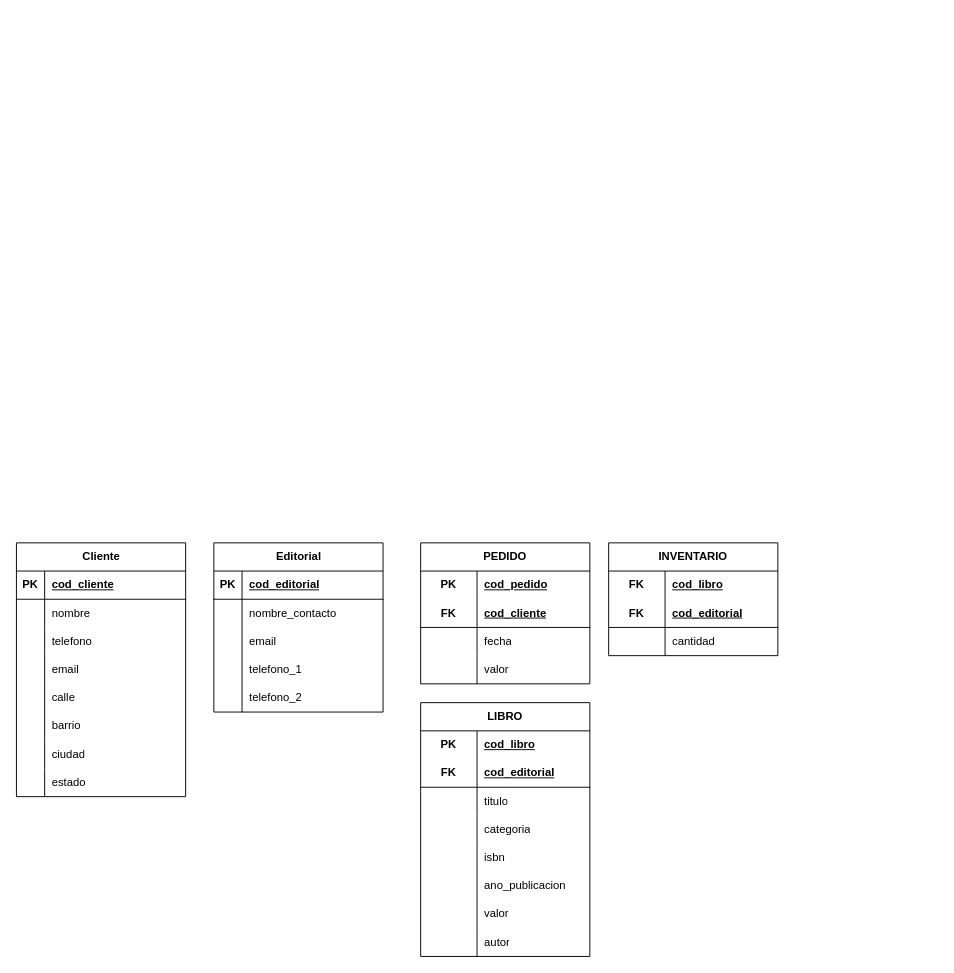
Above: modelo_logico.drawio in smringdesigns/modelo (draw.io), before the change. Source tidied: cells renumbered, new cells numbered last; positions are measured from the earlier drawing's top-left corner, leaving out a move shared by most shapes. Both pictures are drawn from the tidied source at 94%, with x=0, y=0 at pixel (16, 542).
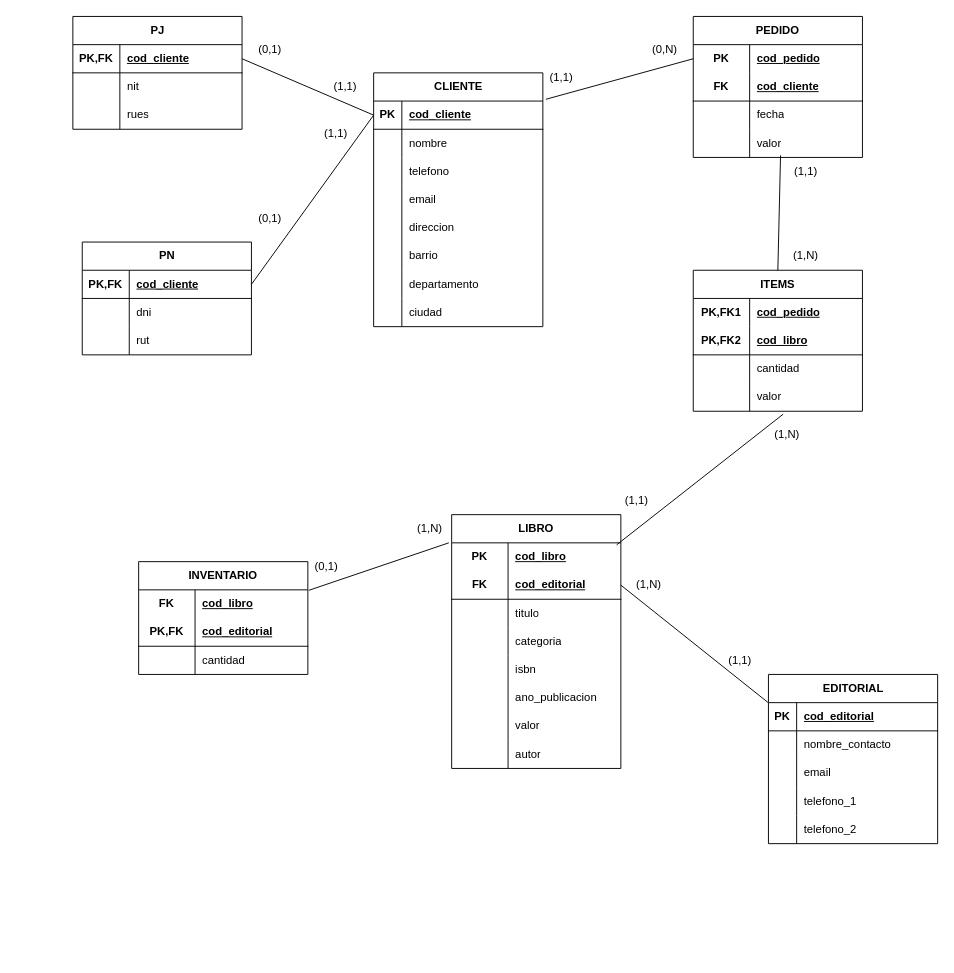
After the change.

The change refers to these unchanged cells:
```xml
<mxCell id="3" style="shape=tableRow;horizontal=0;startSize=0;swimlaneHead=0;swimlaneBody=0;fillColor=none;points=[[0,0.5],[1,0.5]];portConstraint=eastwest;top=0;left=0;right=0;bottom=1;" parent="2" vertex="1">
  <mxGeometry y="30" width="180" height="30" as="geometry" />
</mxCell>
<mxCell id="15" style="shape=tableRow;horizontal=0;startSize=0;swimlaneHead=0;swimlaneBody=0;fillColor=none;top=0;left=0;right=0;bottom=0;" parent="2" vertex="1">
  <mxGeometry y="150" width="180" height="30" as="geometry" />
</mxCell>
<mxCell id="21" style="shape=tableRow;horizontal=0;startSize=0;swimlaneHead=0;swimlaneBody=0;fillColor=none;top=0;left=0;right=0;bottom=0;" parent="2" vertex="1">
  <mxGeometry y="210" width="180" height="30" as="geometry" />
</mxCell>
<mxCell id="24" style="shape=tableRow;horizontal=0;startSize=0;swimlaneHead=0;swimlaneBody=0;fillColor=none;top=0;left=0;right=0;bottom=0;" parent="2" vertex="1">
  <mxGeometry y="240" width="180" height="30" as="geometry" />
</mxCell>
<mxCell id="28" style="shape=tableRow;horizontal=0;startSize=0;swimlaneHead=0;swimlaneBody=0;fillColor=none;points=[[0,0.5],[1,0.5]];portConstraint=eastwest;top=0;left=0;right=0;bottom=1;" parent="27" vertex="1">
  <mxGeometry y="30" width="180" height="30" as="geometry" />
</mxCell>
<mxCell id="44" style="shape=tableRow;horizontal=0;startSize=0;swimlaneHead=0;swimlaneBody=0;fillColor=none;points=[[0,0.5],[1,0.5]];portConstraint=eastwest;top=0;left=0;right=0;bottom=0;html=1;" parent="43" vertex="1">
  <mxGeometry y="30" width="180" height="30" as="geometry" />
</mxCell>
<mxCell id="53" style="shape=tableRow;horizontal=0;startSize=0;swimlaneHead=0;swimlaneBody=0;fillColor=none;points=[[0,0.5],[1,0.5]];portConstraint=eastwest;top=0;left=0;right=0;bottom=0;html=1;" parent="43" vertex="1">
  <mxGeometry y="120" width="180" height="30" as="geometry" />
</mxCell>
<mxCell id="57" style="shape=tableRow;horizontal=0;startSize=0;swimlaneHead=0;swimlaneBody=0;fillColor=none;points=[[0,0.5],[1,0.5]];portConstraint=eastwest;top=0;left=0;right=0;bottom=0;html=1;" parent="56" vertex="1">
  <mxGeometry y="30" width="180" height="30" as="geometry" />
</mxCell>
<mxCell id="60" style="shape=tableRow;horizontal=0;startSize=0;swimlaneHead=0;swimlaneBody=0;fillColor=none;points=[[0,0.5],[1,0.5]];portConstraint=eastwest;top=0;left=0;right=0;bottom=1;html=1;" parent="56" vertex="1">
  <mxGeometry y="60" width="180" height="30" as="geometry" />
</mxCell>
<mxCell id="82" style="shape=tableRow;horizontal=0;startSize=0;swimlaneHead=0;swimlaneBody=0;fillColor=none;points=[[0,0.5],[1,0.5]];portConstraint=eastwest;top=0;left=0;right=0;bottom=0;html=1;" parent="81" vertex="1">
  <mxGeometry y="30" width="180" height="30" as="geometry" />
</mxCell>
<mxCell id="85" style="shape=tableRow;horizontal=0;startSize=0;swimlaneHead=0;swimlaneBody=0;fillColor=none;top=0;left=0;right=0;bottom=1;html=1;" parent="81" vertex="1">
  <mxGeometry y="60" width="180" height="30" as="geometry" />
</mxCell>
```

Change to the diagram source:
```diff
@@
-    <mxCell id="2" value="Cliente" style="shape=table;startSize=30;childLayout=tableLayout;rowLines=0;fontStyle=1;align=center;html=1;" parent="1" vertex="1">
-      <mxGeometry width="180" height="270" as="geometry" />
+    <mxCell id="2" value="CLIENTE" style="shape=table;startSize=30;childLayout=tableLayout;rowLines=0;fontStyle=1;align=center;html=1;" parent="1" vertex="1">
+      <mxGeometry x="380" y="-500" width="180" height="270" as="geometry" />
     </mxCell>
@@
-    <mxCell id="17" value="calle" style="shape=partialRectangle;fillColor=none;top=0;left=0;bottom=0;right=0;align=left;spacingLeft=6;overflow=hidden;whiteSpace=wrap;html=1;" parent="15" vertex="1">
+    <mxCell id="17" value="direccion" style="shape=partialRectangle;fillColor=none;top=0;left=0;bottom=0;right=0;align=left;spacingLeft=6;overflow=hidden;whiteSpace=wrap;html=1;" parent="15" vertex="1">
       <mxGeometry x="30" width="150" height="30" as="geometry" />
     </mxCell>
@@
-    <mxCell id="23" value="ciudad" style="shape=partialRectangle;fillColor=none;top=0;left=0;bottom=0;right=0;align=left;spacingLeft=6;overflow=hidden;whiteSpace=wrap;html=1;" parent="21" vertex="1">
+    <mxCell id="23" value="departamento" style="shape=partialRectangle;fillColor=none;top=0;left=0;bottom=0;right=0;align=left;spacingLeft=6;overflow=hidden;whiteSpace=wrap;html=1;" parent="21" vertex="1">
       <mxGeometry x="30" width="150" height="30" as="geometry" />
     </mxCell>
@@
-    <mxCell id="26" value="estado" style="shape=partialRectangle;fillColor=none;top=0;left=0;bottom=0;right=0;align=left;spacingLeft=6;overflow=hidden;whiteSpace=wrap;html=1;" parent="24" vertex="1">
+    <mxCell id="26" value="ciudad" style="shape=partialRectangle;fillColor=none;top=0;left=0;bottom=0;right=0;align=left;spacingLeft=6;overflow=hidden;whiteSpace=wrap;html=1;" parent="24" vertex="1">
       <mxGeometry x="30" width="150" height="30" as="geometry" />
     </mxCell>
-    <mxCell id="27" value="Editorial" style="shape=table;startSize=30;childLayout=tableLayout;rowLines=0;fontStyle=1;align=center;html=1;" parent="1" vertex="1">
-      <mxGeometry x="210" width="180" height="180" as="geometry" />
+    <mxCell id="27" value="EDITORIAL" style="shape=table;startSize=30;childLayout=tableLayout;rowLines=0;fontStyle=1;align=center;html=1;" parent="1" vertex="1">
+      <mxGeometry x="800" y="140" width="180" height="180" as="geometry" />
     </mxCell>
@@
     <mxCell id="43" value="PEDIDO" style="shape=table;startSize=30;childLayout=tableLayout;rowLines=0;fontStyle=1;align=center;html=1;whiteSpace=wrap;" parent="1" vertex="1">
-      <mxGeometry x="430" width="180" height="150" as="geometry" />
+      <mxGeometry x="720" y="-560" width="180" height="150" as="geometry" />
     </mxCell>
@@
     <mxCell id="56" value="LIBRO" style="shape=table;startSize=30;childLayout=tableLayout;rowLines=0;fontStyle=1;align=center;html=1;whiteSpace=wrap;" parent="1" vertex="1">
-      <mxGeometry x="430" y="170" width="180" height="270" as="geometry" />
+      <mxGeometry x="463" y="-30" width="180" height="270" as="geometry" />
     </mxCell>
@@
     <mxCell id="81" value="INVENTARIO" style="shape=table;startSize=30;childLayout=tableLayout;rowLines=0;fontStyle=1;align=center;html=1;whiteSpace=wrap;" parent="1" vertex="1">
-      <mxGeometry x="630" width="180" height="120" as="geometry" />
+      <mxGeometry x="130" y="20" width="180" height="120" as="geometry" />
     </mxCell>
@@
-    <mxCell id="86" value="FK" style="shape=partialRectangle;fillColor=none;top=0;left=0;bottom=0;right=0;fontStyle=1;overflow=hidden;html=1;whiteSpace=wrap;" parent="85" vertex="1">
+    <mxCell id="86" value="PK,FK" style="shape=partialRectangle;fillColor=none;top=0;left=0;bottom=0;right=0;fontStyle=1;overflow=hidden;html=1;whiteSpace=wrap;" parent="85" vertex="1">
       <mxGeometry width="60" height="30" as="geometry" />
     </mxCell>
@@
+    <mxCell id="91" value="ITEMS" style="shape=table;startSize=30;childLayout=tableLayout;rowLines=0;fontStyle=1;align=center;html=1;whiteSpace=wrap;" parent="1" vertex="1">
+      <mxGeometry x="720" y="-290" width="180" height="150" as="geometry" />
+    </mxCell>
+    <mxCell id="92" style="shape=tableRow;horizontal=0;startSize=0;swimlaneHead=0;swimlaneBody=0;fillColor=none;top=0;left=0;right=0;bottom=0;html=1;" parent="91" vertex="1">
+      <mxGeometry y="30" width="180" height="30" as="geometry" />
+    </mxCell>
+    <mxCell id="93" value="PK,FK1" style="shape=partialRectangle;fillColor=none;top=0;left=0;bottom=0;right=0;fontStyle=1;overflow=hidden;html=1;whiteSpace=wrap;" parent="92" vertex="1">
+      <mxGeometry width="60" height="30" as="geometry" />
+    </mxCell>
+    <mxCell id="94" value="cod_pedido" style="shape=partialRectangle;fillColor=none;top=0;left=0;bottom=0;right=0;align=left;spacingLeft=6;fontStyle=5;overflow=hidden;html=1;whiteSpace=wrap;" parent="92" vertex="1">
+      <mxGeometry x="60" width="120" height="30" as="geometry" />
+    </mxCell>
+    <mxCell id="95" style="shape=tableRow;horizontal=0;startSize=0;swimlaneHead=0;swimlaneBody=0;fillColor=none;top=0;left=0;right=0;bottom=1;html=1;" parent="91" vertex="1">
+      <mxGeometry y="60" width="180" height="30" as="geometry" />
+    </mxCell>
+    <mxCell id="96" value="PK,FK2" style="shape=partialRectangle;fillColor=none;top=0;left=0;bottom=0;right=0;fontStyle=1;overflow=hidden;html=1;whiteSpace=wrap;" parent="95" vertex="1">
+      <mxGeometry width="60" height="30" as="geometry" />
+    </mxCell>
+    <mxCell id="97" value="cod_libro" style="shape=partialRectangle;fillColor=none;top=0;left=0;bottom=0;right=0;align=left;spacingLeft=6;fontStyle=5;overflow=hidden;html=1;whiteSpace=wrap;" parent="95" vertex="1">
+      <mxGeometry x="60" width="120" height="30" as="geometry" />
+    </mxCell>
+    <mxCell id="98" style="shape=tableRow;horizontal=0;startSize=0;swimlaneHead=0;swimlaneBody=0;fillColor=none;top=0;left=0;right=0;bottom=0;html=1;" parent="91" vertex="1">
+      <mxGeometry y="90" width="180" height="30" as="geometry" />
+    </mxCell>
+    <mxCell id="99" style="shape=partialRectangle;fillColor=none;top=0;left=0;bottom=0;right=0;overflow=hidden;html=1;whiteSpace=wrap;" parent="98" vertex="1">
+      <mxGeometry width="60" height="30" as="geometry" />
+    </mxCell>
+    <mxCell id="100" value="cantidad" style="shape=partialRectangle;fillColor=none;top=0;left=0;bottom=0;right=0;align=left;spacingLeft=6;overflow=hidden;html=1;whiteSpace=wrap;" parent="98" vertex="1">
+      <mxGeometry x="60" width="120" height="30" as="geometry" />
+    </mxCell>
+    <mxCell id="101" style="shape=tableRow;horizontal=0;startSize=0;swimlaneHead=0;swimlaneBody=0;fillColor=none;points=[[0,0.5],[1,0.5]];portConstraint=eastwest;top=0;left=0;right=0;bottom=0;html=1;" parent="91" vertex="1">
+      <mxGeometry y="120" width="180" height="30" as="geometry" />
+    </mxCell>
+    <mxCell id="102" style="shape=partialRectangle;fillColor=none;top=0;left=0;bottom=0;right=0;overflow=hidden;html=1;whiteSpace=wrap;" parent="101" vertex="1">
+      <mxGeometry width="60" height="30" as="geometry" />
+    </mxCell>
+    <mxCell id="103" value="valor" style="shape=partialRectangle;fillColor=none;top=0;left=0;bottom=0;right=0;align=left;spacingLeft=6;overflow=hidden;html=1;whiteSpace=wrap;" parent="101" vertex="1">
+      <mxGeometry x="60" width="120" height="30" as="geometry" />
+    </mxCell>
+    <mxCell id="104" value="PN" style="shape=table;startSize=30;childLayout=tableLayout;rowLines=0;fontStyle=1;align=center;html=1;" parent="1" vertex="1">
+      <mxGeometry x="70" y="-320" width="180" height="120" as="geometry" />
+    </mxCell>
+    <mxCell id="105" style="shape=tableRow;horizontal=0;startSize=0;swimlaneHead=0;swimlaneBody=0;fillColor=none;points=[[0,0.5],[1,0.5]];portConstraint=eastwest;top=0;left=0;right=0;bottom=1;" parent="104" vertex="1">
+      <mxGeometry y="30" width="180" height="30" as="geometry" />
+    </mxCell>
+    <mxCell id="106" value="PK,FK" style="shape=partialRectangle;fillColor=none;top=0;left=0;bottom=0;right=0;fontStyle=1;overflow=hidden;whiteSpace=wrap;html=1;" parent="105" vertex="1">
+      <mxGeometry width="50" height="30" as="geometry" />
+    </mxCell>
+    <mxCell id="107" value="cod_cliente" style="shape=partialRectangle;fillColor=none;top=0;left=0;bottom=0;right=0;align=left;spacingLeft=6;fontStyle=5;overflow=hidden;whiteSpace=wrap;html=1;" parent="105" vertex="1">
+      <mxGeometry x="50" width="130" height="30" as="geometry" />
+    </mxCell>
+    <mxCell id="108" style="shape=tableRow;horizontal=0;startSize=0;swimlaneHead=0;swimlaneBody=0;fillColor=none;top=0;left=0;right=0;bottom=0;" parent="104" vertex="1">
+      <mxGeometry y="60" width="180" height="30" as="geometry" />
+    </mxCell>
+    <mxCell id="109" style="shape=partialRectangle;fillColor=none;top=0;left=0;bottom=0;right=0;overflow=hidden;whiteSpace=wrap;html=1;" parent="108" vertex="1">
+      <mxGeometry width="50" height="30" as="geometry" />
+    </mxCell>
+    <mxCell id="110" value="dni" style="shape=partialRectangle;fillColor=none;top=0;left=0;bottom=0;right=0;align=left;spacingLeft=6;overflow=hidden;whiteSpace=wrap;html=1;" parent="108" vertex="1">
+      <mxGeometry x="50" width="130" height="30" as="geometry" />
+    </mxCell>
+    <mxCell id="111" style="shape=tableRow;horizontal=0;startSize=0;swimlaneHead=0;swimlaneBody=0;fillColor=none;top=0;left=0;right=0;bottom=0;" parent="104" vertex="1">
+      <mxGeometry y="90" width="180" height="30" as="geometry" />
+    </mxCell>
+    <mxCell id="112" style="shape=partialRectangle;fillColor=none;top=0;left=0;bottom=0;right=0;overflow=hidden;whiteSpace=wrap;html=1;" parent="111" vertex="1">
+      <mxGeometry width="50" height="30" as="geometry" />
+    </mxCell>
+    <mxCell id="113" value="rut" style="shape=partialRectangle;fillColor=none;top=0;left=0;bottom=0;right=0;align=left;spacingLeft=6;overflow=hidden;whiteSpace=wrap;html=1;" parent="111" vertex="1">
+      <mxGeometry x="50" width="130" height="30" as="geometry" />
+    </mxCell>
+    <mxCell id="114" value="PJ" style="shape=table;startSize=30;childLayout=tableLayout;rowLines=0;fontStyle=1;align=center;html=1;" parent="1" vertex="1">
+      <mxGeometry x="60" y="-560" width="180" height="120" as="geometry" />
+    </mxCell>
+    <mxCell id="115" style="shape=tableRow;horizontal=0;startSize=0;swimlaneHead=0;swimlaneBody=0;fillColor=none;points=[[0,0.5],[1,0.5]];portConstraint=eastwest;top=0;left=0;right=0;bottom=1;" parent="114" vertex="1">
+      <mxGeometry y="30" width="180" height="30" as="geometry" />
+    </mxCell>
+    <mxCell id="116" value="PK,FK" style="shape=partialRectangle;fillColor=none;top=0;left=0;bottom=0;right=0;fontStyle=1;overflow=hidden;whiteSpace=wrap;html=1;" parent="115" vertex="1">
+      <mxGeometry width="50" height="30" as="geometry" />
+    </mxCell>
+    <mxCell id="117" value="cod_cliente" style="shape=partialRectangle;fillColor=none;top=0;left=0;bottom=0;right=0;align=left;spacingLeft=6;fontStyle=5;overflow=hidden;whiteSpace=wrap;html=1;" parent="115" vertex="1">
+      <mxGeometry x="50" width="130" height="30" as="geometry" />
+    </mxCell>
+    <mxCell id="118" style="shape=tableRow;horizontal=0;startSize=0;swimlaneHead=0;swimlaneBody=0;fillColor=none;top=0;left=0;right=0;bottom=0;" parent="114" vertex="1">
+      <mxGeometry y="60" width="180" height="30" as="geometry" />
+    </mxCell>
+    <mxCell id="119" style="shape=partialRectangle;fillColor=none;top=0;left=0;bottom=0;right=0;overflow=hidden;whiteSpace=wrap;html=1;" parent="118" vertex="1">
+      <mxGeometry width="50" height="30" as="geometry" />
+    </mxCell>
+    <mxCell id="120" value="nit" style="shape=partialRectangle;fillColor=none;top=0;left=0;bottom=0;right=0;align=left;spacingLeft=6;overflow=hidden;whiteSpace=wrap;html=1;" parent="118" vertex="1">
+      <mxGeometry x="50" width="130" height="30" as="geometry" />
+    </mxCell>
+    <mxCell id="121" style="shape=tableRow;horizontal=0;startSize=0;swimlaneHead=0;swimlaneBody=0;fillColor=none;top=0;left=0;right=0;bottom=0;" parent="114" vertex="1">
+      <mxGeometry y="90" width="180" height="30" as="geometry" />
+    </mxCell>
+    <mxCell id="122" style="shape=partialRectangle;fillColor=none;top=0;left=0;bottom=0;right=0;overflow=hidden;whiteSpace=wrap;html=1;" parent="121" vertex="1">
+      <mxGeometry width="50" height="30" as="geometry" />
+    </mxCell>
+    <mxCell id="123" value="rues" style="shape=partialRectangle;fillColor=none;top=0;left=0;bottom=0;right=0;align=left;spacingLeft=6;overflow=hidden;whiteSpace=wrap;html=1;" parent="121" vertex="1">
+      <mxGeometry x="50" width="130" height="30" as="geometry" />
+    </mxCell>
+    <mxCell id="124" style="endArrow=none;html=1;rounded=0;entryX=0;entryY=0.5;entryDx=0;entryDy=0;exitX=1;exitY=0.5;exitDx=0;exitDy=0;" parent="1" edge="1" source="115" target="3">
+      <mxGeometry relative="1" as="geometry" />
+    </mxCell>
+    <mxCell id="125" style="endArrow=none;html=1;rounded=0;exitX=1;exitY=0.5;exitDx=0;exitDy=0;entryX=0;entryY=0.5;entryDx=0;entryDy=0;" parent="1" edge="1" source="105" target="3">
+      <mxGeometry relative="1" as="geometry" />
+    </mxCell>
+    <mxCell id="126" style="endArrow=none;html=1;rounded=0;entryX=0;entryY=0.5;entryDx=0;entryDy=0;exitX=1.018;exitY=-0.063;exitDx=0;exitDy=0;exitPerimeter=0;" parent="1" edge="1" source="3" target="44">
+      <mxGeometry relative="1" as="geometry" />
+    </mxCell>
+    <mxCell id="127" style="endArrow=none;html=1;rounded=0;exitX=0.516;exitY=0.925;exitDx=0;exitDy=0;exitPerimeter=0;entryX=0.5;entryY=0;entryDx=0;entryDy=0;" parent="1" edge="1" source="53" target="91">
+      <mxGeometry relative="1" as="geometry" />
+    </mxCell>
+    <mxCell id="128" style="endArrow=none;html=1;rounded=0;entryX=0.531;entryY=1.106;entryDx=0;entryDy=0;entryPerimeter=0;exitX=0.975;exitY=0.071;exitDx=0;exitDy=0;exitPerimeter=0;" parent="1" edge="1" source="57" target="101">
+      <mxGeometry relative="1" as="geometry" />
+    </mxCell>
+    <mxCell id="129" style="endArrow=none;html=1;rounded=0;exitX=1.006;exitY=0.016;exitDx=0;exitDy=0;exitPerimeter=0;entryX=-0.017;entryY=0;entryDx=0;entryDy=0;entryPerimeter=0;" parent="1" edge="1" source="82" target="57">
+      <mxGeometry relative="1" as="geometry" />
+    </mxCell>
+    <mxCell id="130" style="endArrow=none;html=1;rounded=0;exitX=1;exitY=0.5;exitDx=0;exitDy=0;entryX=-0.003;entryY=-0.008;entryDx=0;entryDy=0;entryPerimeter=0;" parent="1" edge="1" source="60" target="28">
+      <mxGeometry relative="1" as="geometry" />
+    </mxCell>
+    <mxCell id="131" value="(0,1)" style="text;html=1;align=center;verticalAlign=middle;whiteSpace=wrap;rounded=0;" parent="1" vertex="1">
+      <mxGeometry x="240" y="-540" width="60" height="30" as="geometry" />
+    </mxCell>
+    <mxCell id="132" value="(0,1)" style="text;html=1;align=center;verticalAlign=middle;whiteSpace=wrap;rounded=0;" parent="1" vertex="1">
+      <mxGeometry x="240" y="-360" width="60" height="30" as="geometry" />
+    </mxCell>
+    <mxCell id="133" value="(1,1)" style="text;html=1;align=center;verticalAlign=middle;whiteSpace=wrap;rounded=0;" parent="1" vertex="1">
+      <mxGeometry x="320" y="-500" width="60" height="30" as="geometry" />
+    </mxCell>
+    <mxCell id="134" value="(1,1)" style="text;html=1;align=center;verticalAlign=middle;whiteSpace=wrap;rounded=0;" parent="1" vertex="1">
+      <mxGeometry x="310" y="-450" width="60" height="30" as="geometry" />
+    </mxCell>
+    <mxCell id="135" value="(1,1)" style="text;html=1;align=center;verticalAlign=middle;whiteSpace=wrap;rounded=0;" parent="1" vertex="1">
+      <mxGeometry x="550" y="-510" width="60" height="30" as="geometry" />
+    </mxCell>
+    <mxCell id="136" value="(0,N)" style="text;html=1;align=center;verticalAlign=middle;whiteSpace=wrap;rounded=0;" parent="1" vertex="1">
+      <mxGeometry x="660" y="-540" width="60" height="30" as="geometry" />
+    </mxCell>
+    <mxCell id="137" value="(1,1)" style="text;html=1;align=center;verticalAlign=middle;whiteSpace=wrap;rounded=0;" parent="1" vertex="1">
+      <mxGeometry x="810" y="-410" width="60" height="30" as="geometry" />
+    </mxCell>
+    <mxCell id="138" value="(1,N)" style="text;html=1;align=center;verticalAlign=middle;whiteSpace=wrap;rounded=0;" parent="1" vertex="1">
+      <mxGeometry x="810" y="-320" width="60" height="30" as="geometry" />
+    </mxCell>
+    <mxCell id="139" value="(1,1)" style="text;html=1;align=center;verticalAlign=middle;whiteSpace=wrap;rounded=0;" parent="1" vertex="1">
+      <mxGeometry x="630" y="-60" width="60" height="30" as="geometry" />
+    </mxCell>
+    <mxCell id="140" value="(1,N)" style="text;html=1;align=center;verticalAlign=middle;whiteSpace=wrap;rounded=0;" parent="1" vertex="1">
+      <mxGeometry x="790" y="-130" width="60" height="30" as="geometry" />
+    </mxCell>
+    <mxCell id="141" value="(0,1)" style="text;html=1;align=center;verticalAlign=middle;whiteSpace=wrap;rounded=0;" parent="1" vertex="1">
+      <mxGeometry x="300" y="10" width="60" height="30" as="geometry" />
+    </mxCell>
+    <mxCell id="142" value="(1,N)" style="text;html=1;align=center;verticalAlign=middle;whiteSpace=wrap;rounded=0;" parent="1" vertex="1">
+      <mxGeometry x="410" y="-30" width="60" height="30" as="geometry" />
+    </mxCell>
+    <mxCell id="143" value="(1,N)" style="text;html=1;align=center;verticalAlign=middle;whiteSpace=wrap;rounded=0;" parent="1" vertex="1">
+      <mxGeometry x="643" y="30" width="60" height="30" as="geometry" />
+    </mxCell>
+    <mxCell id="144" value="(1,1)" style="text;html=1;align=center;verticalAlign=middle;whiteSpace=wrap;rounded=0;" parent="1" vertex="1">
+      <mxGeometry x="740" y="110" width="60" height="30" as="geometry" />
+    </mxCell>
```
